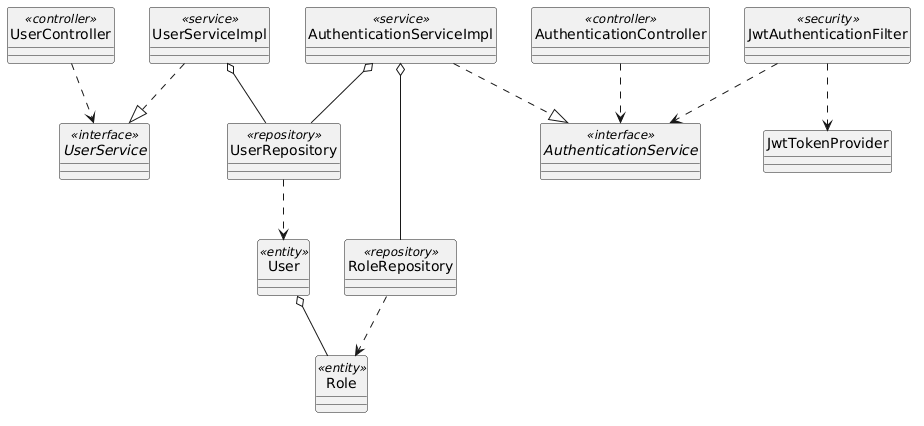
hieupeek/sba_doc keeps this PlantUML diagram as docs/Class + Sequence/class_backend_42_auth.png. Above is the earlier version.
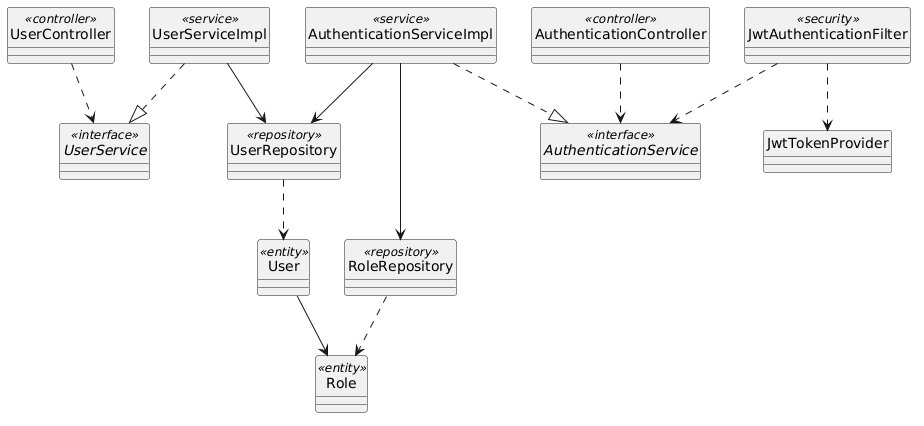
After the change.

What changed in the source:
```diff
@@ -29,8 +29,9 @@
 UserRepository ..> User
 RoleRepository ..> Role
 
-UserServiceImpl o-- UserRepository
-AuthenticationServiceImpl o-- UserRepository
-AuthenticationServiceImpl o-- RoleRepository
-User o-- Role
+UserServiceImpl --> UserRepository
+AuthenticationServiceImpl --> UserRepository
+AuthenticationServiceImpl --> RoleRepository
+User --> Role
+
 @enduml
```
